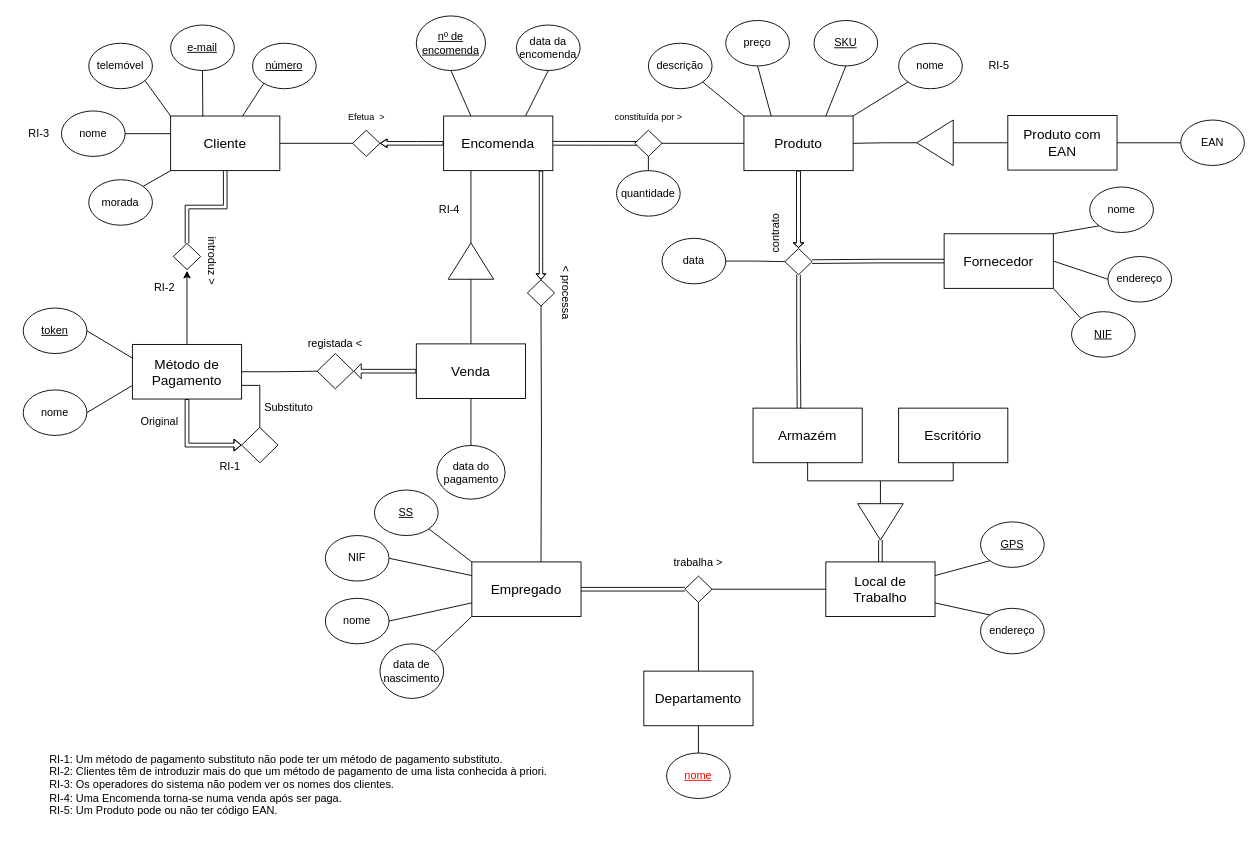
The draw.io diagram Diagrama sem nome.drawio in GreenMemory16/BD-2022-2023, before the edit. Source tidied: cells renumbered, new cells numbered last; positions are measured from the earlier drawing's top-left corner, leaving out a move shared by most shapes. Both pictures are drawn from the tidied source at 91%, with x=0, y=0 at pixel (15, 15).
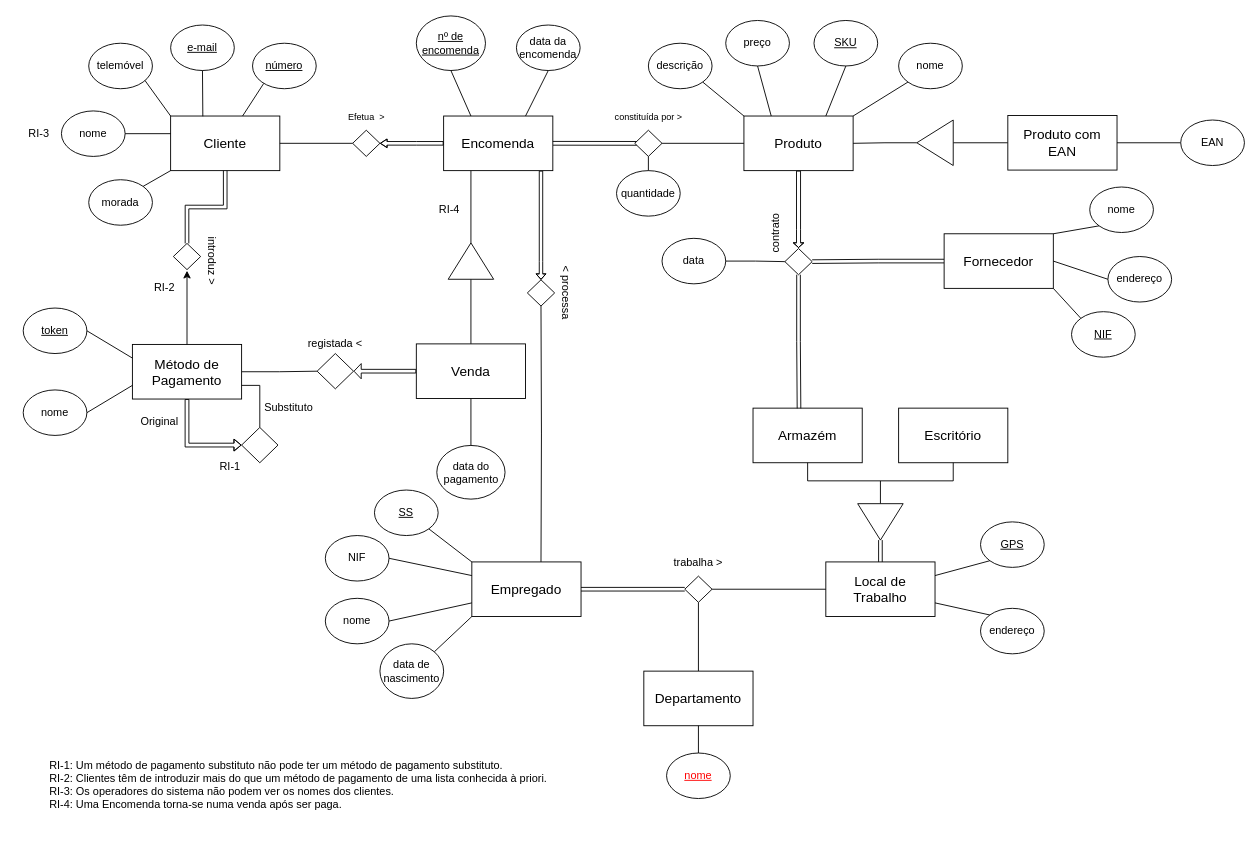
The same page after the edit.

Commit message:
Restrição 5 (EAN) retirada

The edit, as a diff of the source:
```diff
@@
-    <mxCell id="89" value="RI-5" style="text;html=1;align=center;verticalAlign=middle;strokeColor=none;fillColor=none;" parent="1" vertex="1">
-      <mxGeometry x="1055" y="40" width="50" height="30" as="geometry" />
-    </mxCell>
@@
-    <mxCell id="114" value="&lt;div align=&quot;left&quot;&gt;RI-1: Um método de pagamento substituto não pode ter um método de pagamento substituto.&lt;/div&gt;&lt;div align=&quot;left&quot;&gt;RI-2: Clientes têm de introduzir mais do que um método de pagamento de uma lista conhecida à priori.&lt;br&gt;&lt;/div&gt;&lt;div&gt;RI-3: Os operadores do sistema não podem ver os nomes dos clientes.&lt;/div&gt;&lt;div&gt;RI-4: Uma Encomenda torna-se numa venda após ser paga.&lt;/div&gt;&lt;div&gt;RI-5: Um Produto pode ou não ter código EAN.&lt;br&gt;&lt;/div&gt;" style="text;html=1;align=left;verticalAlign=middle;strokeColor=none;fillColor=none;" parent="1" vertex="1">
-      <mxGeometry x="35" y="800" width="610" height="90" as="geometry" />
+    <mxCell id="114" value="&lt;div align=&quot;left&quot;&gt;RI-1: Um método de pagamento substituto não pode ter um método de pagamento substituto.&lt;/div&gt;&lt;div align=&quot;left&quot;&gt;RI-2: Clientes têm de introduzir mais do que um método de pagamento de uma lista conhecida à priori.&lt;br&gt;&lt;/div&gt;&lt;div&gt;RI-3: Os operadores do sistema não podem ver os nomes dos clientes.&lt;/div&gt;&lt;div&gt;RI-4: Uma Encomenda torna-se numa venda após ser paga.&lt;/div&gt;" style="text;html=1;align=left;verticalAlign=middle;strokeColor=none;fillColor=none;" parent="1" vertex="1">
+      <mxGeometry x="35" y="810" width="570" height="70" as="geometry" />
     </mxCell>
```
